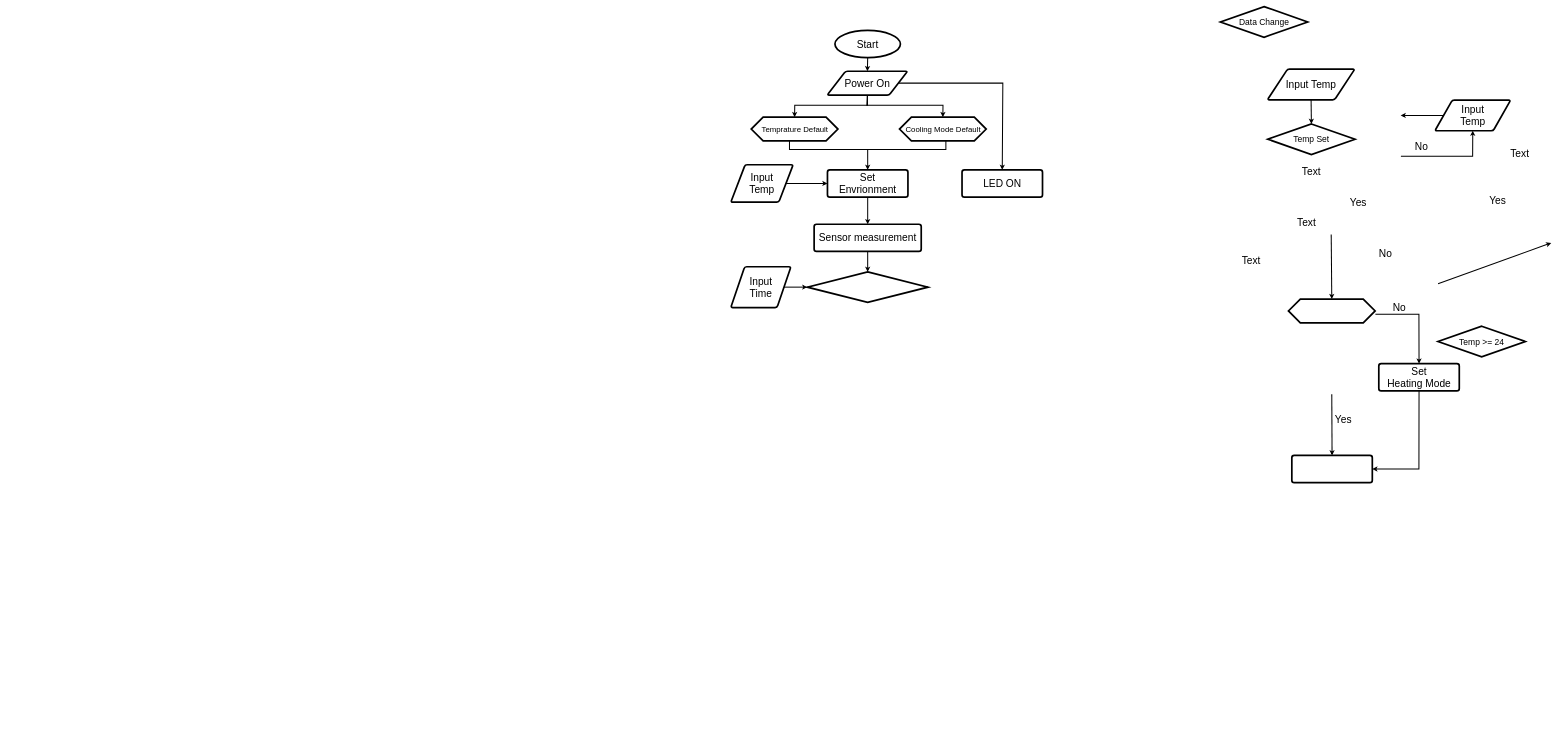
Before: 홈키팜_02.drawio in Sun-Rang/AI_-, a draw.io diagram. Source tidied: cells renumbered, new cells numbered last; positions are measured from the earlier drawing's top-left corner, leaving out a move shared by most shapes. Both pictures are drawn from the tidied source at 34%, with x=0, y=0 at pixel (731, 6).
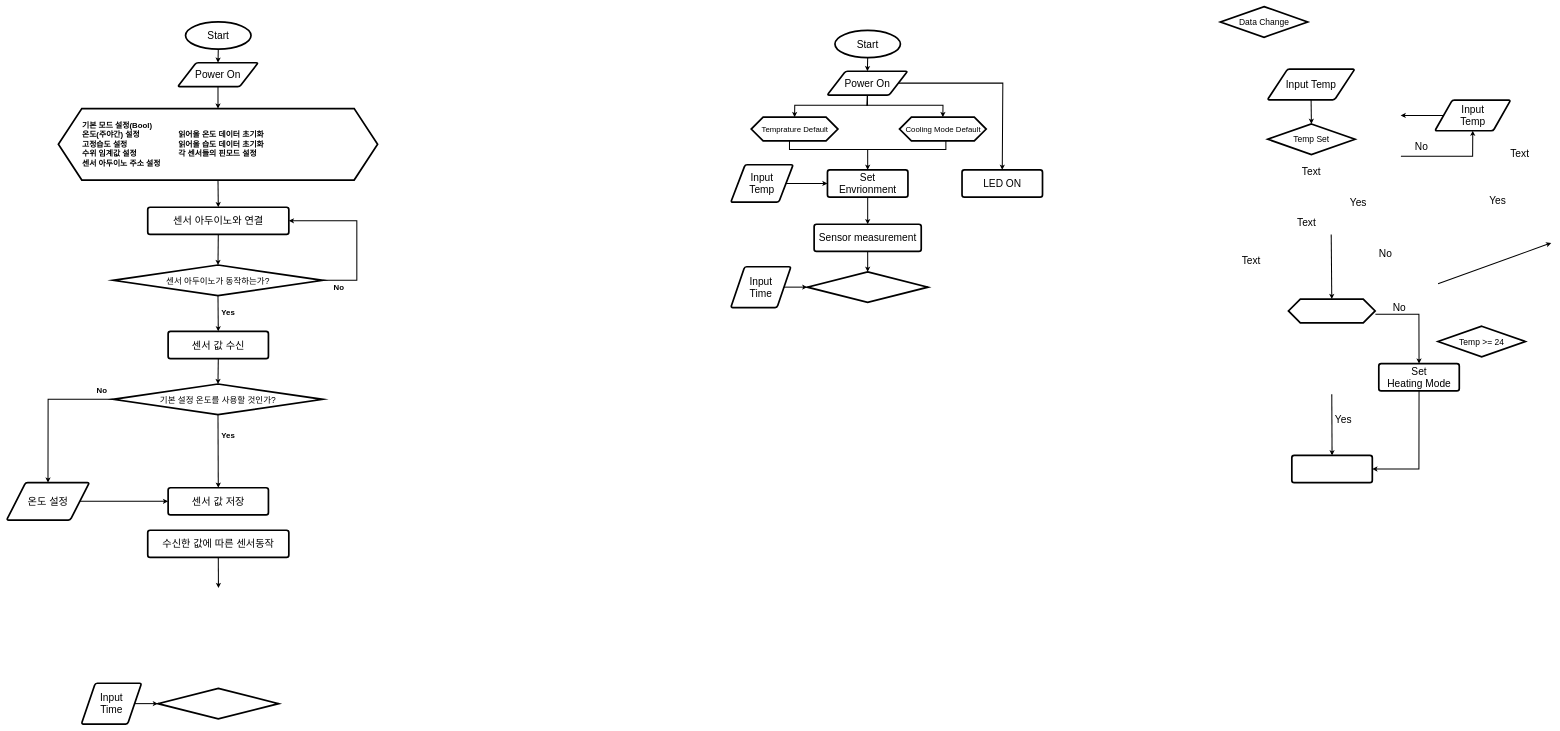
After the change.

Commit message:
홈키팜_02.drawio 업데이트

What changed in the source:
```diff
@@
+    <mxCell id="50" value="Start" style="strokeWidth=5;html=1;shape=mxgraph.flowchart.start_1;whiteSpace=wrap;fontSize=30;" parent="1" vertex="1">
+      <mxGeometry x="-1603.8" y="45" width="192.6" height="80" as="geometry" />
+    </mxCell>
+    <mxCell id="51" style="endArrow=classic;html=1;rounded=0;fontFamily=Helvetica;fontSize=30;fontColor=default;exitX=0.5;exitY=1;exitDx=0;exitDy=0;exitPerimeter=0;strokeWidth=3;entryX=0.5;entryY=0;entryDx=0;entryDy=0;" parent="1" edge="1" source="50" target="52">
+      <mxGeometry relative="1" as="geometry" />
+    </mxCell>
+    <mxCell id="52" value="Power On" style="shape=parallelogram;html=1;strokeWidth=5;perimeter=parallelogramPerimeter;whiteSpace=wrap;rounded=1;arcSize=12;size=0.23;strokeColor=default;fontFamily=Helvetica;fontSize=30;fontColor=default;fillColor=default;" parent="1" vertex="1">
+      <mxGeometry x="-1626.7" y="165" width="236.7" height="70" as="geometry" />
+    </mxCell>
+    <mxCell id="53" style="endArrow=classic;html=1;rounded=0;fontFamily=Helvetica;fontSize=30;fontColor=default;exitX=0.5;exitY=1;exitDx=0;exitDy=0;strokeWidth=3;entryX=0.5;entryY=0;entryDx=0;entryDy=0;" parent="1" edge="1" source="55" target="69">
+      <mxGeometry relative="1" as="geometry" />
+    </mxCell>
+    <mxCell id="54" value="센서 값 수신" style="rounded=1;whiteSpace=wrap;html=1;absoluteArcSize=1;arcSize=14;strokeWidth=5;strokeColor=default;fontFamily=Helvetica;fontSize=30;fontColor=default;fillColor=default;" parent="1" vertex="1">
+      <mxGeometry x="-1655" y="955" width="295" height="80" as="geometry" />
+    </mxCell>
+    <mxCell id="55" style="verticalLabelPosition=bottom;verticalAlign=top;html=1;shape=hexagon;perimeter=hexagonPerimeter2;arcSize=6;size=0.0734034848549398;strokeColor=default;strokeWidth=5;fontFamily=Helvetica;fontSize=30;fontColor=default;fillColor=default;spacing=0;" parent="1" vertex="1">
+      <mxGeometry x="-1977.8" y="300" width="938.9" height="210" as="geometry" />
+    </mxCell>
+    <mxCell id="56" value="&lt;font style=&quot;font-size: 23px;&quot;&gt;기본 모드 설정(Bool) &lt;br&gt;온도(주야간) 설정&lt;br&gt;고정습도 설정&lt;br&gt;수위 임계값 설정&lt;br&gt;센서 아두이노 주소 설정&lt;/font&gt;" style="text;html=1;align=left;verticalAlign=middle;strokeColor=none;fillColor=none;fontSize=23;fontFamily=Helvetica;fontColor=default;fontStyle=1;" parent="1" vertex="1">
+      <mxGeometry x="-1910" y="330" width="270" height="150" as="geometry" />
+    </mxCell>
+    <mxCell id="57" style="endArrow=classic;html=1;rounded=0;fontFamily=Helvetica;fontSize=30;fontColor=default;strokeWidth=3;exitX=0.5;exitY=1;exitDx=0;exitDy=0;entryX=0.5;entryY=0;entryDx=0;entryDy=0;entryPerimeter=0;" parent="1" edge="1" source="54" target="74">
+      <mxGeometry relative="1" as="geometry" />
+    </mxCell>
+    <mxCell id="58" value="온도 설정" style="shape=parallelogram;html=1;strokeWidth=5;perimeter=parallelogramPerimeter;whiteSpace=wrap;rounded=1;arcSize=12;size=0.23;strokeColor=default;fontFamily=Helvetica;fontSize=30;fontColor=default;fillColor=default;" parent="1" vertex="1">
+      <mxGeometry x="-2130" y="1400" width="243.3" height="110" as="geometry" />
+    </mxCell>
+    <mxCell id="59" style="endArrow=classic;html=1;rounded=0;fontFamily=Helvetica;fontSize=30;fontColor=default;exitX=1;exitY=0.5;exitDx=0;exitDy=0;entryX=0;entryY=0.5;entryDx=0;entryDy=0;strokeWidth=3;" parent="1" edge="1" source="58" target="75">
+      <mxGeometry relative="1" as="geometry" />
+    </mxCell>
+    <mxCell id="60" value="수신한 값에 따른 센서동작" style="rounded=1;whiteSpace=wrap;html=1;absoluteArcSize=1;arcSize=14;strokeWidth=5;strokeColor=default;fontFamily=Helvetica;fontSize=30;fontColor=default;fillColor=default;" parent="1" vertex="1">
+      <mxGeometry x="-1715" y="1540" width="415" height="80" as="geometry" />
+    </mxCell>
+    <mxCell id="61" style="strokeWidth=5;html=1;shape=mxgraph.flowchart.decision;whiteSpace=wrap;strokeColor=default;fontFamily=Helvetica;fontSize=25;fontColor=default;fillColor=default;" parent="1" vertex="1">
+      <mxGeometry x="-1685" y="2005" width="355" height="90" as="geometry" />
+    </mxCell>
+    <mxCell id="62" value="Input&lt;br&gt;Time" style="shape=parallelogram;html=1;strokeWidth=5;perimeter=parallelogramPerimeter;whiteSpace=wrap;rounded=1;arcSize=12;size=0.23;strokeColor=default;fontFamily=Helvetica;fontSize=30;fontColor=default;fillColor=default;" parent="1" vertex="1">
+      <mxGeometry x="-1910" y="1990" width="176.7" height="120" as="geometry" />
+    </mxCell>
+    <mxCell id="63" style="endArrow=classic;html=1;rounded=0;fontFamily=Helvetica;fontSize=30;fontColor=default;strokeWidth=3;exitX=0.5;exitY=1;exitDx=0;exitDy=0;" parent="1" edge="1" source="60">
+      <mxGeometry relative="1" as="geometry">
+        <mxPoint x="-1507" y="1710" as="targetPoint" />
+      </mxGeometry>
+    </mxCell>
+    <mxCell id="64" style="endArrow=classic;html=1;rounded=0;fontFamily=Helvetica;fontSize=30;fontColor=default;strokeWidth=3;entryX=0;entryY=0.5;entryDx=0;entryDy=0;entryPerimeter=0;exitX=1;exitY=0.5;exitDx=0;exitDy=0;" parent="1" edge="1" source="62" target="61">
+      <mxGeometry relative="1" as="geometry" />
+    </mxCell>
+    <mxCell id="65" style="endArrow=classic;html=1;rounded=0;fontFamily=Helvetica;fontSize=30;fontColor=default;exitX=0.5;exitY=1;exitDx=0;exitDy=0;strokeWidth=3;entryX=0.5;entryY=0;entryDx=0;entryDy=0;" parent="1" edge="1" source="52" target="55">
+      <mxGeometry relative="1" as="geometry" />
+    </mxCell>
+    <mxCell id="66" value="읽어올 온도 데이터 초기화&lt;br&gt;읽어올 습도 데이터 초기화&lt;br&gt;각 센서들의 핀모드 설정" style="text;html=1;align=left;verticalAlign=middle;strokeColor=none;fillColor=none;fontSize=23;fontFamily=Helvetica;fontColor=default;fontStyle=1;" parent="1" vertex="1">
+      <mxGeometry x="-1626.7" y="355" width="300" height="100" as="geometry" />
+    </mxCell>
+    <mxCell id="67" style="endArrow=classic;html=1;rounded=0;fontFamily=Helvetica;fontSize=30;fontColor=default;strokeWidth=3;exitX=0.5;exitY=1;exitDx=0;exitDy=0;entryX=0.5;entryY=0;entryDx=0;entryDy=0;exitPerimeter=0;" parent="1" edge="1" source="68" target="54">
+      <mxGeometry relative="1" as="geometry" />
+    </mxCell>
+    <mxCell id="68" value="센서 아두이노가 동작하는가?" style="strokeWidth=5;html=1;shape=mxgraph.flowchart.decision;whiteSpace=wrap;strokeColor=default;fontFamily=Helvetica;fontSize=25;fontColor=default;fillColor=default;" parent="1" vertex="1">
+      <mxGeometry x="-1816.7" y="760" width="616.7" height="90" as="geometry" />
+    </mxCell>
+    <mxCell id="69" value="센서 아두이노와 연결" style="rounded=1;whiteSpace=wrap;html=1;absoluteArcSize=1;arcSize=14;strokeWidth=5;strokeColor=default;fontFamily=Helvetica;fontSize=30;fontColor=default;fillColor=default;" parent="1" vertex="1">
+      <mxGeometry x="-1715" y="590" width="415" height="80" as="geometry" />
+    </mxCell>
+    <mxCell id="70" style="endArrow=classic;html=1;rounded=0;fontFamily=Helvetica;fontSize=30;fontColor=default;exitX=0.5;exitY=1;exitDx=0;exitDy=0;strokeWidth=3;entryX=0.5;entryY=0;entryDx=0;entryDy=0;entryPerimeter=0;" parent="1" edge="1" source="69" target="68">
+      <mxGeometry relative="1" as="geometry" />
+    </mxCell>
+    <mxCell id="71" value="Yes" style="text;html=1;align=left;verticalAlign=middle;strokeColor=none;fillColor=none;fontSize=23;fontFamily=Helvetica;fontColor=default;fontStyle=1;" parent="1" vertex="1">
+      <mxGeometry x="-1500" y="880" width="60" height="40" as="geometry" />
+    </mxCell>
+    <mxCell id="72" value="No" style="text;html=1;align=left;verticalAlign=middle;strokeColor=none;fillColor=none;fontSize=23;fontFamily=Helvetica;fontColor=default;fontStyle=1;" parent="1" vertex="1">
+      <mxGeometry x="-1170" y="805" width="50" height="40" as="geometry" />
+    </mxCell>
+    <mxCell id="73" style="endArrow=classic;html=1;rounded=0;fontFamily=Helvetica;fontSize=30;fontColor=default;exitX=1;exitY=0.5;exitDx=0;exitDy=0;strokeWidth=3;exitPerimeter=0;entryX=1;entryY=0.5;entryDx=0;entryDy=0;" parent="1" edge="1" source="68" target="69">
+      <mxGeometry relative="1" as="geometry">
+        <Array as="points">
+          <mxPoint x="-1100" y="805" />
+          <mxPoint x="-1100" y="630" />
+        </Array>
+      </mxGeometry>
+    </mxCell>
+    <mxCell id="74" value="기본 설정 온도를 사용할 것인가?" style="strokeWidth=5;html=1;shape=mxgraph.flowchart.decision;whiteSpace=wrap;strokeColor=default;fontFamily=Helvetica;fontSize=25;fontColor=default;fillColor=default;" parent="1" vertex="1">
+      <mxGeometry x="-1816.7" y="1110" width="616.7" height="90" as="geometry" />
+    </mxCell>
+    <mxCell id="75" value="센서 값 저장" style="rounded=1;whiteSpace=wrap;html=1;absoluteArcSize=1;arcSize=14;strokeWidth=5;strokeColor=default;fontFamily=Helvetica;fontSize=30;fontColor=default;fillColor=default;" parent="1" vertex="1">
+      <mxGeometry x="-1655" y="1415" width="295" height="80" as="geometry" />
+    </mxCell>
+    <mxCell id="76" style="endArrow=classic;html=1;rounded=0;fontFamily=Helvetica;fontSize=30;fontColor=default;strokeWidth=3;exitX=0.5;exitY=1;exitDx=0;exitDy=0;exitPerimeter=0;entryX=0.5;entryY=0;entryDx=0;entryDy=0;" parent="1" edge="1" source="74" target="75">
+      <mxGeometry relative="1" as="geometry" />
+    </mxCell>
+    <mxCell id="77" style="endArrow=classic;html=1;rounded=0;fontFamily=Helvetica;fontSize=30;fontColor=default;strokeWidth=3;entryX=0.5;entryY=0;entryDx=0;entryDy=0;exitX=0;exitY=0.5;exitDx=0;exitDy=0;exitPerimeter=0;" parent="1" edge="1" source="74" target="58">
+      <mxGeometry relative="1" as="geometry">
+        <Array as="points">
+          <mxPoint x="-2008" y="1155" />
+        </Array>
+      </mxGeometry>
+    </mxCell>
+    <mxCell id="78" value="Yes" style="text;html=1;align=left;verticalAlign=middle;strokeColor=none;fillColor=none;fontSize=23;fontFamily=Helvetica;fontColor=default;fontStyle=1;" parent="1" vertex="1">
+      <mxGeometry x="-1500" y="1240" width="60" height="40" as="geometry" />
+    </mxCell>
+    <mxCell id="79" value="No" style="text;html=1;align=left;verticalAlign=middle;strokeColor=none;fillColor=none;fontSize=23;fontFamily=Helvetica;fontColor=default;fontStyle=1;" parent="1" vertex="1">
+      <mxGeometry x="-1866.7" y="1110" width="50" height="40" as="geometry" />
+    </mxCell>
```
